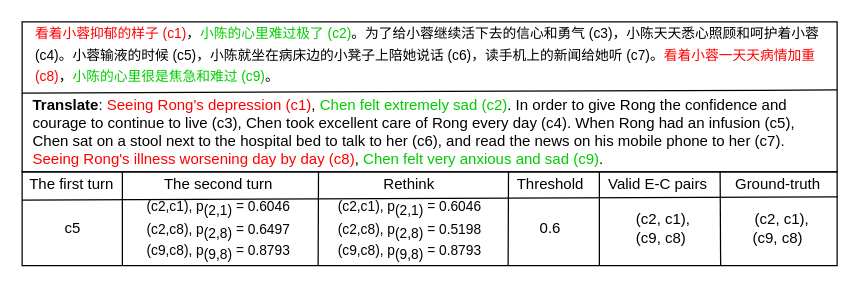
This is case2.drawio from zhoucz97/paper_figure, a draw.io file, before an edit. Source tidied: cells renumbered, new cells numbered last; positions are measured from the earlier drawing's top-left corner, leaving out a move shared by most shapes. Both pictures are drawn from the tidied source at 125%, with x=0, y=0 at pixel (21, 21).
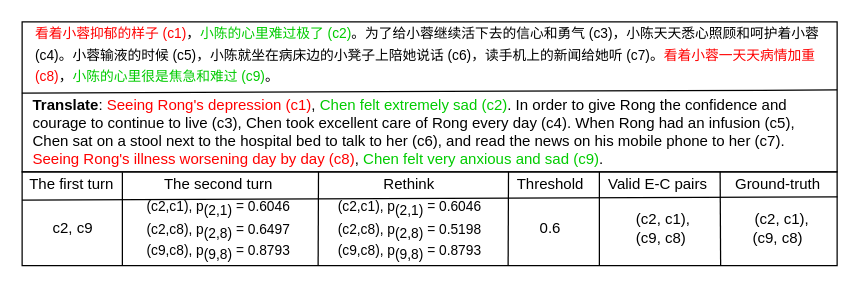
Above is the later version.

Diff of the diagram source:
```diff
@@
-    <mxCell id="9" value="c5" style="text;html=1;strokeColor=none;fillColor=none;align=center;verticalAlign=middle;whiteSpace=wrap;rounded=0;shadow=0;glass=0;sketch=0;" parent="1" vertex="1">
+    <mxCell id="9" value="c2, c9" style="text;html=1;strokeColor=none;fillColor=none;align=center;verticalAlign=middle;whiteSpace=wrap;rounded=0;shadow=0;glass=0;sketch=0;" parent="1" vertex="1">
       <mxGeometry x="5.5" y="155" width="70" height="20" as="geometry" />
     </mxCell>
```
